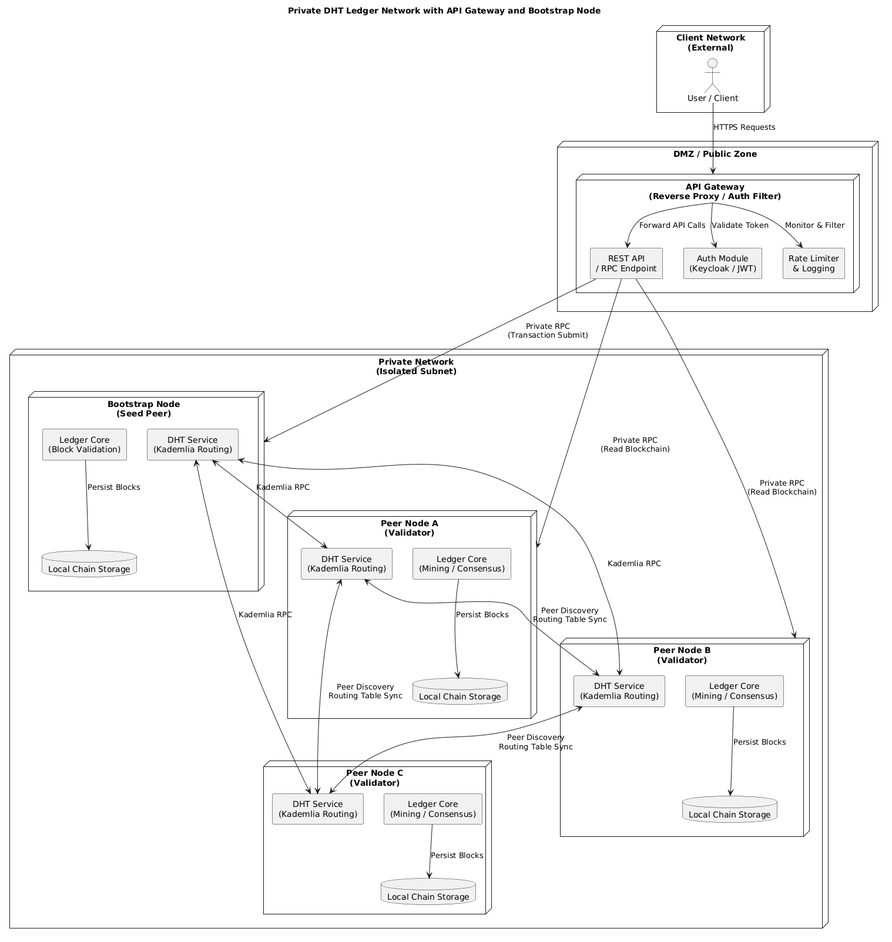
Earlier version of the PlantUML export docs/diagram/systemDesign/system-design.png (Hugofr21/blockchain-mechanisms).
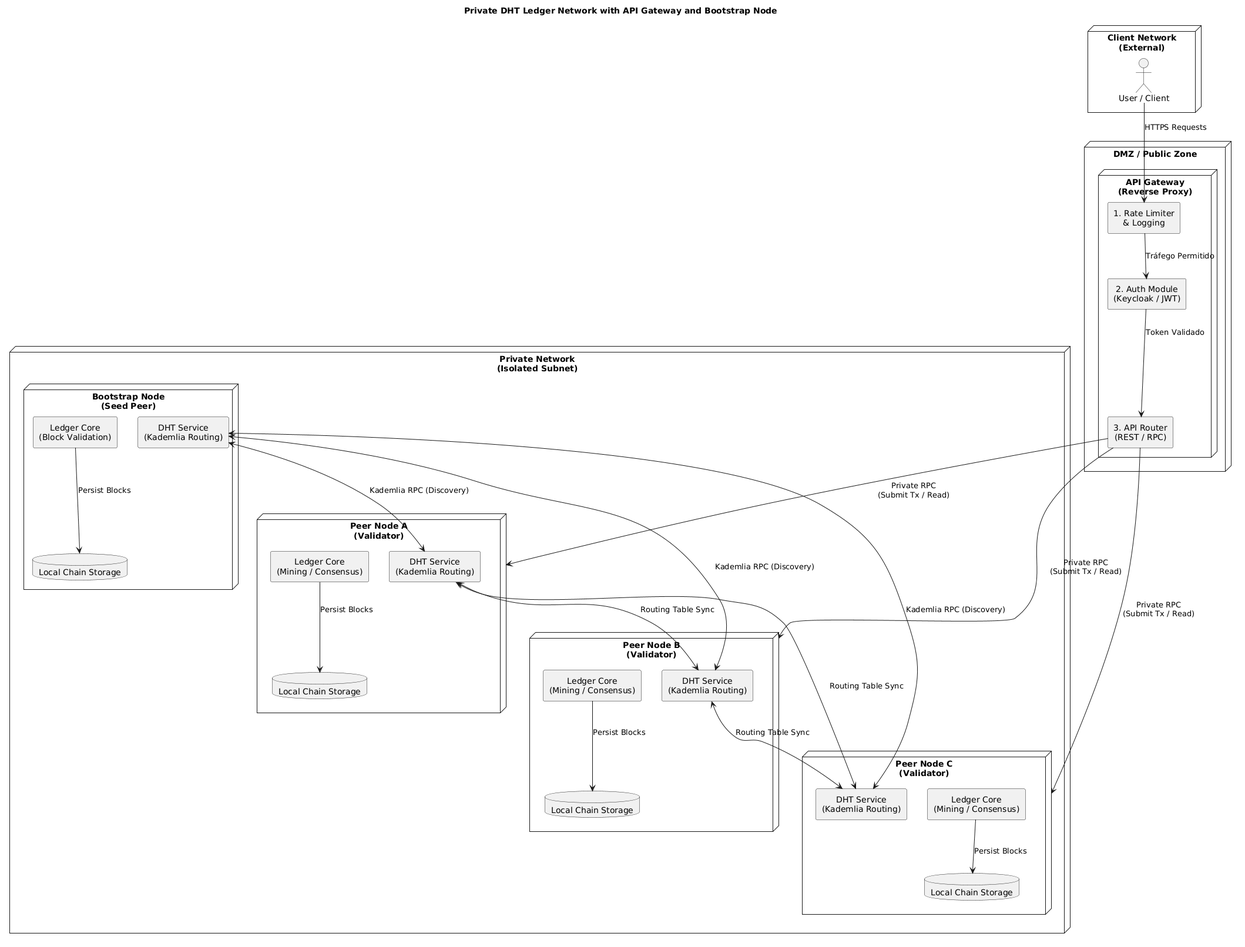
After the change.

Commit message:
correct constraints in diagram at system design

Diff of the diagram source:
```diff
@@ -10,10 +10,10 @@
 }
 
 node "DMZ / Public Zone" as dmz {
-  node "API Gateway\n(Reverse Proxy / Auth Filter)" as apigw {
-    component "REST API\n/ RPC Endpoint" as api
-    component "Auth Module\n(Keycloak / JWT)" as auth
-    component "Rate Limiter\n& Logging" as ratelimit
+  node "API Gateway\n(Reverse Proxy)" as apigw {
+    component "1. Rate Limiter\n& Logging" as ratelimit
+    component "2. Auth Module\n(Keycloak / JWT)" as auth
+    component "3. API Router\n(REST / RPC)" as api
   }
 }
 
@@ -44,22 +44,21 @@
   }
 }
 
-client --> apigw : HTTPS Requests
-apigw --> api : Forward API Calls
-apigw --> auth : Validate Token
-apigw --> ratelimit : Monitor & Filter
+client --> ratelimit : HTTPS Requests
+ratelimit --> auth : Tráfego Permitido
+auth --> api : Token Validado
 
-api --> bootstrap : Private RPC\n(Transaction Submit)
-api --> peerA : Private RPC\n(Read Blockchain)
-api --> peerB : Private RPC\n(Read Blockchain)
+api --> peerA : Private RPC\n(Submit Tx / Read)
+api --> peerB : Private RPC\n(Submit Tx / Read)
+api --> peerC : Private RPC\n(Submit Tx / Read)
 
-bootDHT <--> dhtA : Kademlia RPC
-bootDHT <--> dhtB : Kademlia RPC
-bootDHT <--> dhtC : Kademlia RPC
+bootDHT <--> dhtA : Kademlia RPC (Discovery)
+bootDHT <--> dhtB : Kademlia RPC (Discovery)
+bootDHT <--> dhtC : Kademlia RPC (Discovery)
 
-dhtA <--> dhtB : Peer Discovery\nRouting Table Sync
-dhtB <--> dhtC : Peer Discovery\nRouting Table Sync
-dhtA <--> dhtC : Peer Discovery\nRouting Table Sync
+dhtA <--> dhtB : Routing Table Sync
+dhtB <--> dhtC : Routing Table Sync
+dhtA <--> dhtC : Routing Table Sync
 
 bootLedger --> bootStorage : Persist Blocks
 ledgerA --> storeA : Persist Blocks
```
